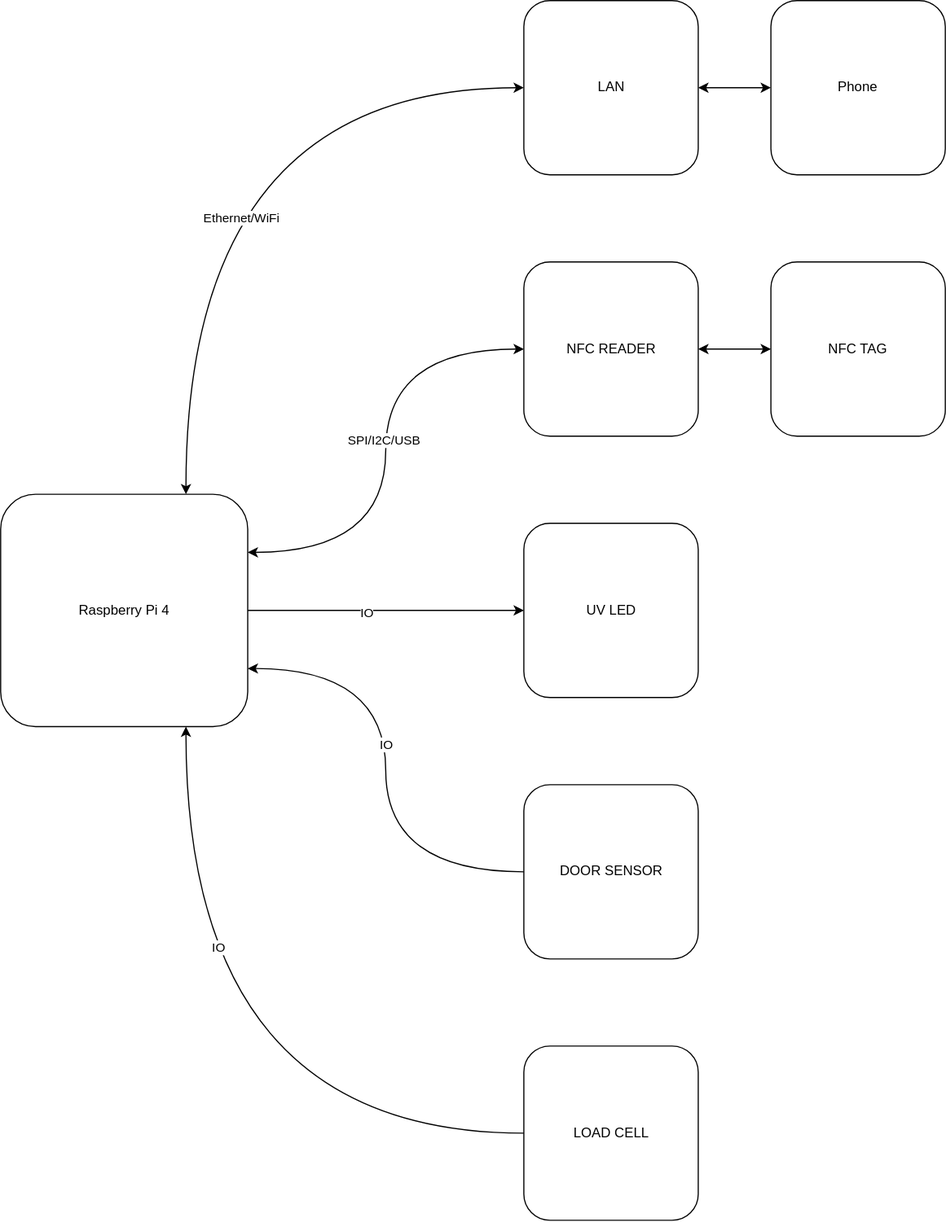
Before: images/boxofhope_systemdiagram.svg, a diagram exported from draw.io (iwishiwasaneagle/boxofhope). Source tidied: cells renumbered, new cells last; positions are measured from the earlier drawing's top-left corner, leaving out a move shared by most shapes.
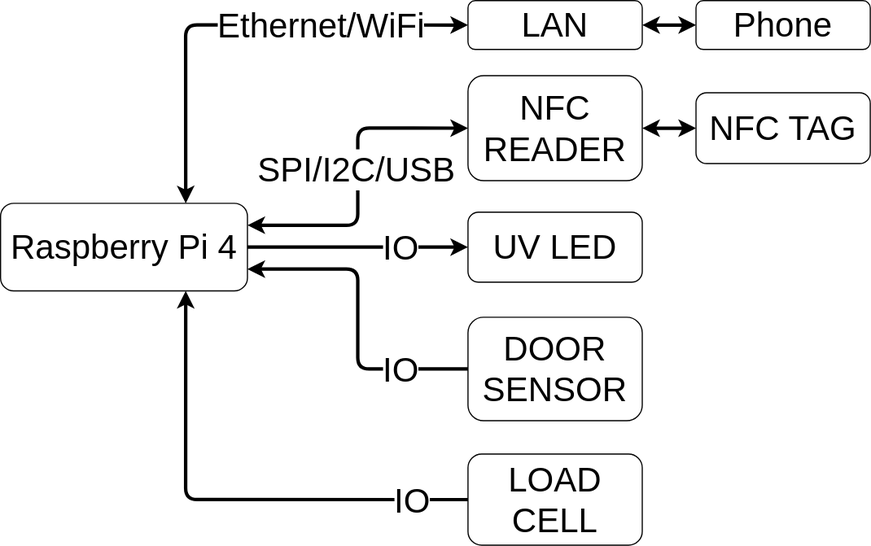
After the change.

Commit message:
Easier to read

The edit, as a diff of the source:
```diff
@@ -2,71 +2,72 @@
   <root>
     <mxCell id="0" />
     <mxCell id="1" parent="0" />
-    <mxCell id="2" style="group;shadow=0;" parent="1" vertex="1">
-      <mxGeometry width="828" height="1070" as="geometry" />
-    </mxCell>
-    <mxCell id="3" value="Raspberry Pi 4" style="whiteSpace=wrap;html=1;rounded=1;shadow=0;" parent="2" vertex="1">
-      <mxGeometry y="433.1" width="216.5" height="203.8" as="geometry" />
+    <mxCell id="3" value="Raspberry Pi 4" style="whiteSpace=wrap;html=1;rounded=1;shadow=0;fontSize=30;fontStyle=0;" parent="1" vertex="1">
+      <mxGeometry x="-10" y="167.9" width="216.6" height="76.9" as="geometry" />
     </mxCell>
-    <mxCell id="4" value="LAN" style="whiteSpace=wrap;html=1;rounded=1;shadow=0;" parent="2" vertex="1">
-      <mxGeometry x="458.6" width="152.9" height="152.9" as="geometry" />
+    <mxCell id="4" value="LAN" style="whiteSpace=wrap;html=1;rounded=1;shadow=0;fontSize=30;fontStyle=0;" parent="1" vertex="1">
+      <mxGeometry x="400" y="-10" width="152.9" height="42.9" as="geometry" />
     </mxCell>
-    <mxCell id="5" style="edgeStyle=orthogonalEdgeStyle;jettySize=auto;html=1;exitX=0.75;exitY=0;exitDx=0;exitDy=0;entryX=0;entryY=0.5;entryDx=0;entryDy=0;startArrow=classic;startFill=1;curved=1;shadow=0;" parent="2" edge="1" source="3" target="4">
-      <mxGeometry relative="1" as="geometry" />
+    <mxCell id="5" style="edgeStyle=orthogonalEdgeStyle;jettySize=auto;html=1;exitX=0.75;exitY=0;exitDx=0;exitDy=0;entryX=0;entryY=0.5;entryDx=0;entryDy=0;startArrow=classic;startFill=1;shadow=0;strokeWidth=3;" parent="1" edge="1" source="3" target="4">
+      <mxGeometry y="-382.1" as="geometry" />
     </mxCell>
-    <mxCell id="6" value="Ethernet/WiFi" style="edgeLabel;html=1;align=center;verticalAlign=middle;rounded=1;shadow=0;" parent="5" vertex="1">
+    <mxCell id="6" value="Ethernet/WiFi" style="edgeLabel;html=1;align=center;verticalAlign=middle;rounded=1;shadow=0;fontSize=30;" parent="5" vertex="1">
       <mxGeometry x="-0.27" y="1" relative="1" as="geometry">
-        <mxPoint x="48.6" y="-4.2" as="offset" />
+        <mxPoint x="118.7" y="-8.1" as="offset" />
       </mxGeometry>
     </mxCell>
-    <mxCell id="7" value="Phone" style="whiteSpace=wrap;html=1;rounded=1;shadow=0;" parent="2" vertex="1">
-      <mxGeometry x="675.1" width="152.9" height="152.9" as="geometry" />
+    <mxCell id="7" value="Phone" style="whiteSpace=wrap;html=1;rounded=1;shadow=0;fontSize=30;fontStyle=0;" parent="1" vertex="1">
+      <mxGeometry x="600" y="-10" width="152.9" height="42.9" as="geometry" />
     </mxCell>
-    <mxCell id="8" style="edgeStyle=orthogonalEdgeStyle;jettySize=auto;html=1;exitX=1;exitY=0.5;exitDx=0;exitDy=0;entryX=0;entryY=0.5;entryDx=0;entryDy=0;startArrow=classic;startFill=1;curved=1;shadow=0;" parent="2" edge="1" source="4" target="7">
-      <mxGeometry relative="1" as="geometry" />
+    <mxCell id="8" style="edgeStyle=orthogonalEdgeStyle;jettySize=auto;html=1;exitX=1;exitY=0.5;exitDx=0;exitDy=0;entryX=0;entryY=0.5;entryDx=0;entryDy=0;startArrow=classic;startFill=1;shadow=0;strokeWidth=3;" parent="1" edge="1" source="4" target="7">
+      <mxGeometry y="-382.1" as="geometry" />
     </mxCell>
-    <mxCell id="9" value="&lt;div&gt;NFC READER&lt;/div&gt;" style="whiteSpace=wrap;html=1;rounded=1;shadow=0;" parent="2" vertex="1">
-      <mxGeometry x="458.6" y="229.3" width="152.9" height="152.9" as="geometry" />
+    <mxCell id="9" value="&lt;div style=&quot;font-size: 30px;&quot;&gt;NFC READER&lt;/div&gt;" style="whiteSpace=wrap;html=1;rounded=1;shadow=0;fontSize=30;fontStyle=0;" parent="1" vertex="1">
+      <mxGeometry x="400" y="55.9" width="152.9" height="92.1" as="geometry" />
     </mxCell>
-    <mxCell id="10" style="edgeStyle=orthogonalEdgeStyle;jettySize=auto;html=1;exitX=1;exitY=0.25;exitDx=0;exitDy=0;entryX=0;entryY=0.5;entryDx=0;entryDy=0;startArrow=classic;startFill=1;curved=1;shadow=0;" parent="2" edge="1" source="3" target="9">
-      <mxGeometry relative="1" as="geometry" />
+    <mxCell id="10" style="edgeStyle=orthogonalEdgeStyle;jettySize=auto;html=1;exitX=1;exitY=0.25;exitDx=0;exitDy=0;entryX=0;entryY=0.5;entryDx=0;entryDy=0;startArrow=classic;startFill=1;shadow=0;strokeWidth=3;" parent="1" edge="1" source="3" target="9">
+      <mxGeometry y="-382.1" as="geometry" />
     </mxCell>
-    <mxCell id="11" value="SPI/I2C/USB" style="edgeLabel;html=1;align=center;verticalAlign=middle;rounded=1;shadow=0;" parent="10" vertex="1">
+    <mxCell id="11" value="SPI/I2C/USB" style="edgeLabel;html=1;align=center;verticalAlign=middle;rounded=1;shadow=0;fontSize=30;" parent="10" vertex="1">
       <mxGeometry x="0.05" y="2" relative="1" as="geometry" />
     </mxCell>
-    <mxCell id="12" value="NFC TAG" style="whiteSpace=wrap;html=1;rounded=1;shadow=0;" parent="2" vertex="1">
-      <mxGeometry x="675.1" y="229.3" width="152.9" height="152.9" as="geometry" />
+    <mxCell id="12" value="NFC TAG" style="whiteSpace=wrap;html=1;rounded=1;shadow=0;fontSize=30;fontStyle=0;" parent="1" vertex="1">
+      <mxGeometry x="600" y="70.9" width="152.9" height="62.1" as="geometry" />
     </mxCell>
-    <mxCell id="13" style="edgeStyle=orthogonalEdgeStyle;jettySize=auto;html=1;exitX=1;exitY=0.5;exitDx=0;exitDy=0;entryX=0;entryY=0.5;entryDx=0;entryDy=0;startArrow=classic;startFill=1;curved=1;shadow=0;" parent="2" edge="1" source="9" target="12">
-      <mxGeometry relative="1" as="geometry" />
+    <mxCell id="13" style="edgeStyle=orthogonalEdgeStyle;jettySize=auto;html=1;exitX=1;exitY=0.5;exitDx=0;exitDy=0;entryX=0;entryY=0.5;entryDx=0;entryDy=0;startArrow=classic;startFill=1;shadow=0;strokeWidth=3;" parent="1" edge="1" source="9" target="12">
+      <mxGeometry y="-382.1" as="geometry" />
     </mxCell>
-    <mxCell id="14" value="UV LED" style="whiteSpace=wrap;html=1;rounded=1;shadow=0;" parent="2" vertex="1">
-      <mxGeometry x="458.6" y="458.6" width="152.9" height="152.9" as="geometry" />
+    <mxCell id="14" value="UV LED" style="whiteSpace=wrap;html=1;rounded=1;shadow=0;fontSize=30;fontStyle=0;" parent="1" vertex="1">
+      <mxGeometry x="400" y="175.6" width="152.9" height="61.4" as="geometry" />
     </mxCell>
-    <mxCell id="15" style="edgeStyle=orthogonalEdgeStyle;jettySize=auto;html=1;exitX=1;exitY=0.5;exitDx=0;exitDy=0;entryX=0;entryY=0.5;entryDx=0;entryDy=0;startArrow=none;startFill=0;curved=1;shadow=0;" parent="2" edge="1" source="3" target="14">
-      <mxGeometry relative="1" as="geometry" />
+    <mxCell id="15" style="edgeStyle=orthogonalEdgeStyle;jettySize=auto;html=1;exitX=1;exitY=0.5;exitDx=0;exitDy=0;entryX=0;entryY=0.5;entryDx=0;entryDy=0;startArrow=none;startFill=0;shadow=0;strokeWidth=3;" parent="1" edge="1" source="3" target="14">
+      <mxGeometry y="-382.1" as="geometry" />
     </mxCell>
-    <mxCell id="16" value="IO" style="edgeLabel;html=1;align=center;verticalAlign=middle;rounded=1;shadow=0;" parent="15" vertex="1">
-      <mxGeometry x="-0.14" y="-1" relative="1" as="geometry" />
+    <mxCell id="16" value="IO" style="edgeLabel;html=1;align=center;verticalAlign=middle;rounded=1;shadow=0;fontSize=30;" parent="15" vertex="1">
+      <mxGeometry x="-0.14" y="-1" relative="1" as="geometry">
+        <mxPoint x="50.1" y="-1.1" as="offset" />
+      </mxGeometry>
     </mxCell>
-    <mxCell id="17" value="DOOR SENSOR" style="whiteSpace=wrap;html=1;rounded=1;shadow=0;" parent="2" vertex="1">
-      <mxGeometry x="458.6" y="687.9" width="152.9" height="152.9" as="geometry" />
+    <mxCell id="17" value="DOOR SENSOR" style="whiteSpace=wrap;html=1;rounded=1;shadow=0;fontSize=30;fontStyle=0;" parent="1" vertex="1">
+      <mxGeometry x="400" y="267.9" width="152.9" height="90.7" as="geometry" />
     </mxCell>
-    <mxCell id="18" style="edgeStyle=orthogonalEdgeStyle;jettySize=auto;html=1;exitX=1;exitY=0.75;exitDx=0;exitDy=0;entryX=0;entryY=0.5;entryDx=0;entryDy=0;startArrow=classic;startFill=1;endArrow=none;endFill=0;curved=1;shadow=0;" parent="2" edge="1" source="3" target="17">
-      <mxGeometry relative="1" as="geometry" />
+    <mxCell id="18" style="edgeStyle=orthogonalEdgeStyle;jettySize=auto;html=1;exitX=1;exitY=0.75;exitDx=0;exitDy=0;entryX=0;entryY=0.5;entryDx=0;entryDy=0;startArrow=classic;startFill=1;endArrow=none;endFill=0;shadow=0;strokeWidth=3;" parent="1" edge="1" source="3" target="17">
+      <mxGeometry y="-382.1" as="geometry" />
     </mxCell>
-    <mxCell id="19" value="IO" style="edgeLabel;html=1;align=center;verticalAlign=middle;rounded=1;shadow=0;" parent="18" vertex="1">
-      <mxGeometry x="-0.11" relative="1" as="geometry" />
+    <mxCell id="19" value="IO" style="edgeLabel;html=1;align=center;verticalAlign=middle;rounded=1;shadow=0;fontSize=30;" parent="18" vertex="1">
+      <mxGeometry x="-0.11" relative="1" as="geometry">
+        <mxPoint x="36.7" y="59.5" as="offset" />
+      </mxGeometry>
     </mxCell>
-    <mxCell id="20" value="LOAD CELL" style="whiteSpace=wrap;html=1;rounded=1;shadow=0;" parent="2" vertex="1">
-      <mxGeometry x="458.6" y="917.1" width="152.9" height="152.9" as="geometry" />
+    <mxCell id="20" value="LOAD CELL" style="whiteSpace=wrap;html=1;rounded=1;shadow=0;fontSize=30;fontStyle=0;" parent="1" vertex="1">
+      <mxGeometry x="400" y="387.9" width="152.9" height="80" as="geometry" />
     </mxCell>
-    <mxCell id="21" style="edgeStyle=orthogonalEdgeStyle;jettySize=auto;html=1;exitX=0.75;exitY=1;exitDx=0;exitDy=0;entryX=0;entryY=0.5;entryDx=0;entryDy=0;startArrow=classic;startFill=1;endArrow=none;endFill=0;curved=1;shadow=0;" parent="2" edge="1" source="3" target="20">
-      <mxGeometry relative="1" as="geometry" />
+    <mxCell id="21" style="edgeStyle=orthogonalEdgeStyle;jettySize=auto;html=1;exitX=0.75;exitY=1;exitDx=0;exitDy=0;entryX=0;entryY=0.5;entryDx=0;entryDy=0;startArrow=classic;startFill=1;endArrow=none;endFill=0;shadow=0;strokeWidth=3;" parent="1" edge="1" source="3" target="20">
+      <mxGeometry y="-382.1" as="geometry" />
     </mxCell>
-    <mxCell id="22" value="&lt;div&gt;IO&lt;/div&gt;" style="edgeLabel;html=1;align=center;verticalAlign=middle;rounded=1;shadow=0;" parent="21" vertex="1">
+    <mxCell id="22" value="&lt;div style=&quot;font-size: 30px;&quot;&gt;IO&lt;/div&gt;" style="edgeLabel;html=1;align=center;verticalAlign=middle;rounded=1;shadow=0;fontSize=30;" parent="21" vertex="1">
       <mxGeometry x="-0.39" y="-2" relative="1" as="geometry">
-        <mxPoint x="29.6" y="-6.6" as="offset" />
+        <mxPoint x="199.6" y="51.4" as="offset" />
       </mxGeometry>
     </mxCell>
   </root>
```
